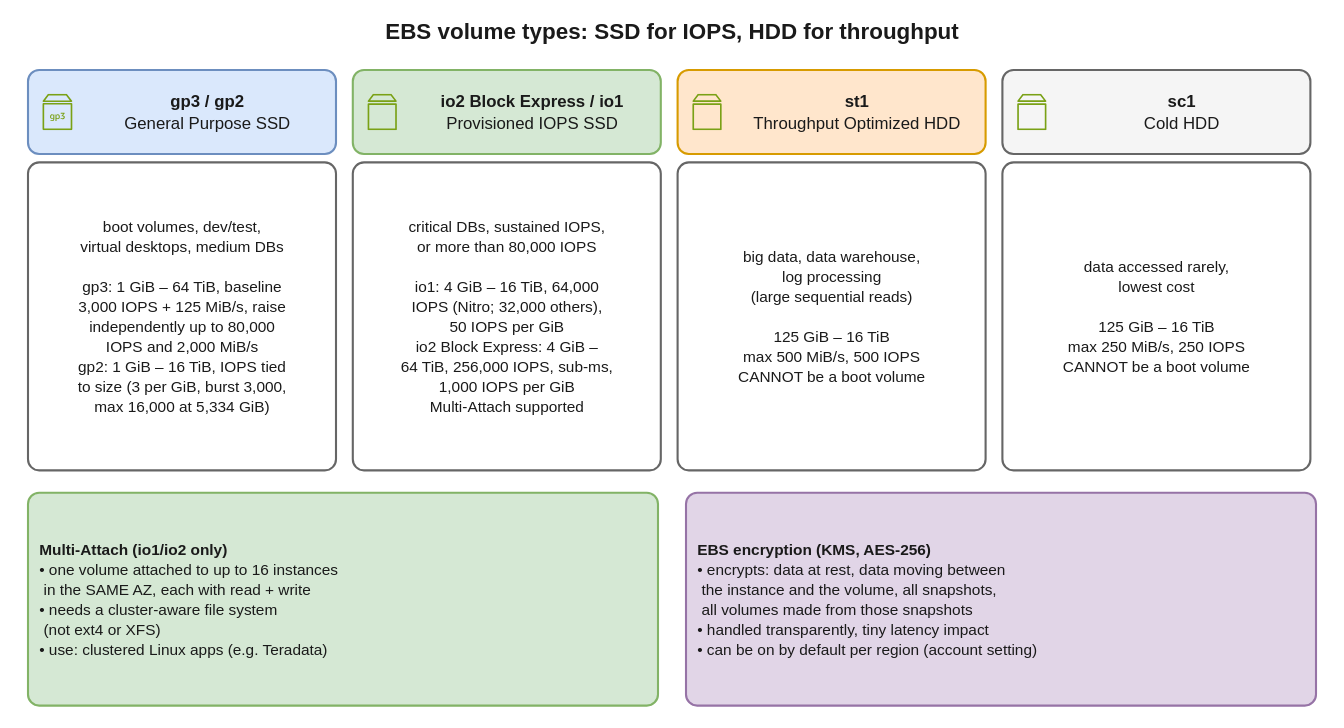
suraj9741/interview keeps this draw.io diagram as interview-prep/aws/diagrams/storage-03-ebs-volume-types.drawio.svg. Above is the earlier version. Source tidied: cells renumbered, new cells last; positions are measured from the earlier drawing's top-left corner, leaving out a move shared by most shapes. Its diagram source:
```xml
<mxGraphModel>
  <root>
    <mxCell id="0" />
    <mxCell id="1" parent="0" />
    <mxCell id="2" value="EBS volume types: SSD for IOPS, HDD for throughput" style="text;strokeColor=none;fillColor=none;whiteSpace=wrap;html=1;fontSize=16;fontColor=#1a1a1a;fontFamily=Helvetica;align=center;verticalAlign=middle;fontStyle=1;" parent="1" vertex="1">
      <mxGeometry width="960" height="28" as="geometry" />
    </mxCell>
    <mxCell id="3" value="&lt;b&gt;gp3 / gp2&lt;/b&gt;&lt;br&gt;General Purpose SSD" style="rounded=1;absoluteArcSize=1;arcSize=16;fillColor=#dae8fc;strokeColor=#6c8ebf;strokeWidth=1.5;whiteSpace=wrap;html=1;fontSize=12;fontColor=#1a1a1a;fontFamily=Helvetica;align=center;verticalAlign=middle;spacingLeft=36;" parent="1" vertex="1">
      <mxGeometry x="20" y="42" width="220" height="60" as="geometry" />
    </mxCell>
    <mxCell id="4" style="sketch=0;fontColor=#232F3E;gradientColor=none;dashed=0;verticalLabelPosition=bottom;verticalAlign=top;align=center;html=1;fontSize=12;fontStyle=0;fillColor=#7AA116;strokeColor=none;shape=mxgraph.aws4.elastic_block_store_volume_gp3;" parent="1" vertex="1">
      <mxGeometry x="28" y="59" width="26" height="26" as="geometry" />
    </mxCell>
    <mxCell id="5" value="boot volumes, dev/test,&lt;br&gt;virtual desktops, medium DBs&lt;br&gt;&lt;br&gt;gp3: 1 GiB – 64 TiB, baseline&lt;br&gt;3,000 IOPS + 125 MiB/s, raise&lt;br&gt;independently up to 80,000&lt;br&gt;IOPS and 2,000 MiB/s&lt;br&gt;gp2: 1 GiB – 16 TiB, IOPS tied&lt;br&gt;to size (3 per GiB, burst 3,000,&lt;br&gt;max 16,000 at 5,334 GiB)" style="rounded=1;absoluteArcSize=1;arcSize=16;fillColor=#ffffff;strokeColor=#666666;strokeWidth=1.5;whiteSpace=wrap;html=1;fontSize=11;fontColor=#1a1a1a;fontFamily=Helvetica;align=center;verticalAlign=middle;" parent="1" vertex="1">
      <mxGeometry x="20" y="108" width="220" height="220" as="geometry" />
    </mxCell>
    <mxCell id="6" value="&lt;b&gt;io2 Block Express / io1&lt;/b&gt;&lt;br&gt;Provisioned IOPS SSD" style="rounded=1;absoluteArcSize=1;arcSize=16;fillColor=#d5e8d4;strokeColor=#82b366;strokeWidth=1.5;whiteSpace=wrap;html=1;fontSize=12;fontColor=#1a1a1a;fontFamily=Helvetica;align=center;verticalAlign=middle;spacingLeft=36;" parent="1" vertex="1">
      <mxGeometry x="252" y="42" width="220" height="60" as="geometry" />
    </mxCell>
    <mxCell id="7" style="sketch=0;fontColor=#232F3E;gradientColor=none;dashed=0;verticalLabelPosition=bottom;verticalAlign=top;align=center;html=1;fontSize=12;fontStyle=0;fillColor=#7AA116;strokeColor=none;shape=mxgraph.aws4.volume;" parent="1" vertex="1">
      <mxGeometry x="260" y="59" width="26" height="26" as="geometry" />
    </mxCell>
    <mxCell id="8" value="critical DBs, sustained IOPS,&lt;br&gt;or more than 80,000 IOPS&lt;br&gt;&lt;br&gt;io1: 4 GiB – 16 TiB, 64,000&lt;br&gt;IOPS (Nitro; 32,000 others),&lt;br&gt;50 IOPS per GiB&lt;br&gt;io2 Block Express: 4 GiB –&lt;br&gt;64 TiB, 256,000 IOPS, sub-ms,&lt;br&gt;1,000 IOPS per GiB&lt;br&gt;Multi-Attach supported" style="rounded=1;absoluteArcSize=1;arcSize=16;fillColor=#ffffff;strokeColor=#666666;strokeWidth=1.5;whiteSpace=wrap;html=1;fontSize=11;fontColor=#1a1a1a;fontFamily=Helvetica;align=center;verticalAlign=middle;" parent="1" vertex="1">
      <mxGeometry x="252" y="108" width="220" height="220" as="geometry" />
    </mxCell>
    <mxCell id="9" value="&lt;b&gt;st1&lt;/b&gt;&lt;br&gt;Throughput Optimized HDD" style="rounded=1;absoluteArcSize=1;arcSize=16;fillColor=#ffe6cc;strokeColor=#d79b00;strokeWidth=1.5;whiteSpace=wrap;html=1;fontSize=12;fontColor=#1a1a1a;fontFamily=Helvetica;align=center;verticalAlign=middle;spacingLeft=36;" parent="1" vertex="1">
      <mxGeometry x="484" y="42" width="220" height="60" as="geometry" />
    </mxCell>
    <mxCell id="10" style="sketch=0;fontColor=#232F3E;gradientColor=none;dashed=0;verticalLabelPosition=bottom;verticalAlign=top;align=center;html=1;fontSize=12;fontStyle=0;fillColor=#7AA116;strokeColor=none;shape=mxgraph.aws4.volume;" parent="1" vertex="1">
      <mxGeometry x="492" y="59" width="26" height="26" as="geometry" />
    </mxCell>
    <mxCell id="11" value="big data, data warehouse,&lt;br&gt;log processing&lt;br&gt;(large sequential reads)&lt;br&gt;&lt;br&gt;125 GiB – 16 TiB&lt;br&gt;max 500 MiB/s, 500 IOPS&lt;br&gt;CANNOT be a boot volume" style="rounded=1;absoluteArcSize=1;arcSize=16;fillColor=#ffffff;strokeColor=#666666;strokeWidth=1.5;whiteSpace=wrap;html=1;fontSize=11;fontColor=#1a1a1a;fontFamily=Helvetica;align=center;verticalAlign=middle;" parent="1" vertex="1">
      <mxGeometry x="484" y="108" width="220" height="220" as="geometry" />
    </mxCell>
    <mxCell id="12" value="&lt;b&gt;sc1&lt;/b&gt;&lt;br&gt;Cold HDD" style="rounded=1;absoluteArcSize=1;arcSize=16;fillColor=#f5f5f5;strokeColor=#666666;strokeWidth=1.5;whiteSpace=wrap;html=1;fontSize=12;fontColor=#1a1a1a;fontFamily=Helvetica;align=center;verticalAlign=middle;spacingLeft=36;" parent="1" vertex="1">
      <mxGeometry x="716" y="42" width="220" height="60" as="geometry" />
    </mxCell>
    <mxCell id="13" style="sketch=0;fontColor=#232F3E;gradientColor=none;dashed=0;verticalLabelPosition=bottom;verticalAlign=top;align=center;html=1;fontSize=12;fontStyle=0;fillColor=#7AA116;strokeColor=none;shape=mxgraph.aws4.volume;" parent="1" vertex="1">
      <mxGeometry x="724" y="59" width="26" height="26" as="geometry" />
    </mxCell>
    <mxCell id="14" value="data accessed rarely,&lt;br&gt;lowest cost&lt;br&gt;&lt;br&gt;125 GiB – 16 TiB&lt;br&gt;max 250 MiB/s, 250 IOPS&lt;br&gt;CANNOT be a boot volume" style="rounded=1;absoluteArcSize=1;arcSize=16;fillColor=#ffffff;strokeColor=#666666;strokeWidth=1.5;whiteSpace=wrap;html=1;fontSize=11;fontColor=#1a1a1a;fontFamily=Helvetica;align=center;verticalAlign=middle;" parent="1" vertex="1">
      <mxGeometry x="716" y="108" width="220" height="220" as="geometry" />
    </mxCell>
    <mxCell id="15" value="&lt;b&gt;Multi-Attach (io1/io2 only)&lt;/b&gt;&lt;br&gt;• one volume attached to up to 16 instances&lt;br&gt;  in the SAME AZ, each with read + write&lt;br&gt;• needs a cluster-aware file system&lt;br&gt;  (not ext4 or XFS)&lt;br&gt;• use: clustered Linux apps (e.g. Teradata)" style="rounded=1;absoluteArcSize=1;arcSize=16;fillColor=#d5e8d4;strokeColor=#82b366;strokeWidth=1.5;whiteSpace=wrap;html=1;fontSize=11;fontColor=#1a1a1a;fontFamily=Helvetica;align=left;verticalAlign=middle;spacingLeft=6;" parent="1" vertex="1">
      <mxGeometry x="20" y="344" width="450" height="152" as="geometry" />
    </mxCell>
    <mxCell id="16" value="&lt;b&gt;EBS encryption (KMS, AES-256)&lt;/b&gt;&lt;br&gt;• encrypts: data at rest, data moving between&lt;br&gt;  the instance and the volume, all snapshots,&lt;br&gt;  all volumes made from those snapshots&lt;br&gt;• handled transparently, tiny latency impact&lt;br&gt;• can be on by default per region (account setting)" style="rounded=1;absoluteArcSize=1;arcSize=16;fillColor=#e1d5e7;strokeColor=#9673a6;strokeWidth=1.5;whiteSpace=wrap;html=1;fontSize=11;fontColor=#1a1a1a;fontFamily=Helvetica;align=left;verticalAlign=middle;spacingLeft=6;" parent="1" vertex="1">
      <mxGeometry x="490" y="344" width="450" height="152" as="geometry" />
    </mxCell>
  </root>
</mxGraphModel>
```
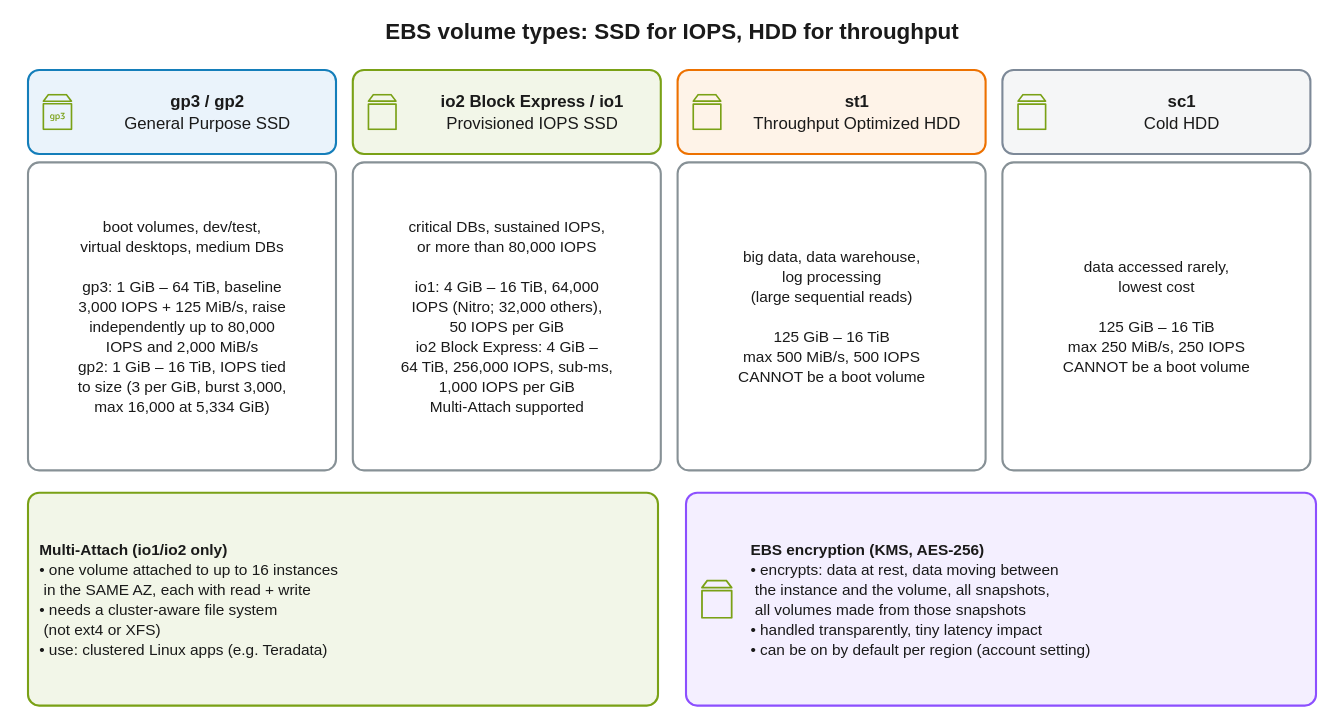
After the change.

The edit, as a diff of the source:
```diff
@@ -5,47 +5,50 @@
     <mxCell id="2" value="EBS volume types: SSD for IOPS, HDD for throughput" style="text;strokeColor=none;fillColor=none;whiteSpace=wrap;html=1;fontSize=16;fontColor=#1a1a1a;fontFamily=Helvetica;align=center;verticalAlign=middle;fontStyle=1;" parent="1" vertex="1">
       <mxGeometry width="960" height="28" as="geometry" />
     </mxCell>
-    <mxCell id="3" value="&lt;b&gt;gp3 / gp2&lt;/b&gt;&lt;br&gt;General Purpose SSD" style="rounded=1;absoluteArcSize=1;arcSize=16;fillColor=#dae8fc;strokeColor=#6c8ebf;strokeWidth=1.5;whiteSpace=wrap;html=1;fontSize=12;fontColor=#1a1a1a;fontFamily=Helvetica;align=center;verticalAlign=middle;spacingLeft=36;" parent="1" vertex="1">
+    <mxCell id="3" value="&lt;b&gt;gp3 / gp2&lt;/b&gt;&lt;br&gt;General Purpose SSD" style="rounded=1;absoluteArcSize=1;arcSize=16;fillColor=#EAF3FB;strokeColor=#147EBA;strokeWidth=1.5;whiteSpace=wrap;html=1;fontSize=12;fontColor=#1a1a1a;fontFamily=Helvetica;align=center;verticalAlign=middle;spacingLeft=36;" parent="1" vertex="1">
       <mxGeometry x="20" y="42" width="220" height="60" as="geometry" />
     </mxCell>
     <mxCell id="4" style="sketch=0;fontColor=#232F3E;gradientColor=none;dashed=0;verticalLabelPosition=bottom;verticalAlign=top;align=center;html=1;fontSize=12;fontStyle=0;fillColor=#7AA116;strokeColor=none;shape=mxgraph.aws4.elastic_block_store_volume_gp3;" parent="1" vertex="1">
       <mxGeometry x="28" y="59" width="26" height="26" as="geometry" />
     </mxCell>
-    <mxCell id="5" value="boot volumes, dev/test,&lt;br&gt;virtual desktops, medium DBs&lt;br&gt;&lt;br&gt;gp3: 1 GiB – 64 TiB, baseline&lt;br&gt;3,000 IOPS + 125 MiB/s, raise&lt;br&gt;independently up to 80,000&lt;br&gt;IOPS and 2,000 MiB/s&lt;br&gt;gp2: 1 GiB – 16 TiB, IOPS tied&lt;br&gt;to size (3 per GiB, burst 3,000,&lt;br&gt;max 16,000 at 5,334 GiB)" style="rounded=1;absoluteArcSize=1;arcSize=16;fillColor=#ffffff;strokeColor=#666666;strokeWidth=1.5;whiteSpace=wrap;html=1;fontSize=11;fontColor=#1a1a1a;fontFamily=Helvetica;align=center;verticalAlign=middle;" parent="1" vertex="1">
+    <mxCell id="5" value="boot volumes, dev/test,&lt;br&gt;virtual desktops, medium DBs&lt;br&gt;&lt;br&gt;gp3: 1 GiB – 64 TiB, baseline&lt;br&gt;3,000 IOPS + 125 MiB/s, raise&lt;br&gt;independently up to 80,000&lt;br&gt;IOPS and 2,000 MiB/s&lt;br&gt;gp2: 1 GiB – 16 TiB, IOPS tied&lt;br&gt;to size (3 per GiB, burst 3,000,&lt;br&gt;max 16,000 at 5,334 GiB)" style="rounded=1;absoluteArcSize=1;arcSize=16;fillColor=#FFFFFF;strokeColor=#879196;strokeWidth=1.5;whiteSpace=wrap;html=1;fontSize=11;fontColor=#1a1a1a;fontFamily=Helvetica;align=center;verticalAlign=middle;" parent="1" vertex="1">
       <mxGeometry x="20" y="108" width="220" height="220" as="geometry" />
     </mxCell>
-    <mxCell id="6" value="&lt;b&gt;io2 Block Express / io1&lt;/b&gt;&lt;br&gt;Provisioned IOPS SSD" style="rounded=1;absoluteArcSize=1;arcSize=16;fillColor=#d5e8d4;strokeColor=#82b366;strokeWidth=1.5;whiteSpace=wrap;html=1;fontSize=12;fontColor=#1a1a1a;fontFamily=Helvetica;align=center;verticalAlign=middle;spacingLeft=36;" parent="1" vertex="1">
+    <mxCell id="6" value="&lt;b&gt;io2 Block Express / io1&lt;/b&gt;&lt;br&gt;Provisioned IOPS SSD" style="rounded=1;absoluteArcSize=1;arcSize=16;fillColor=#F2F6E8;strokeColor=#7AA116;strokeWidth=1.5;whiteSpace=wrap;html=1;fontSize=12;fontColor=#1a1a1a;fontFamily=Helvetica;align=center;verticalAlign=middle;spacingLeft=36;" parent="1" vertex="1">
       <mxGeometry x="252" y="42" width="220" height="60" as="geometry" />
     </mxCell>
     <mxCell id="7" style="sketch=0;fontColor=#232F3E;gradientColor=none;dashed=0;verticalLabelPosition=bottom;verticalAlign=top;align=center;html=1;fontSize=12;fontStyle=0;fillColor=#7AA116;strokeColor=none;shape=mxgraph.aws4.volume;" parent="1" vertex="1">
       <mxGeometry x="260" y="59" width="26" height="26" as="geometry" />
     </mxCell>
-    <mxCell id="8" value="critical DBs, sustained IOPS,&lt;br&gt;or more than 80,000 IOPS&lt;br&gt;&lt;br&gt;io1: 4 GiB – 16 TiB, 64,000&lt;br&gt;IOPS (Nitro; 32,000 others),&lt;br&gt;50 IOPS per GiB&lt;br&gt;io2 Block Express: 4 GiB –&lt;br&gt;64 TiB, 256,000 IOPS, sub-ms,&lt;br&gt;1,000 IOPS per GiB&lt;br&gt;Multi-Attach supported" style="rounded=1;absoluteArcSize=1;arcSize=16;fillColor=#ffffff;strokeColor=#666666;strokeWidth=1.5;whiteSpace=wrap;html=1;fontSize=11;fontColor=#1a1a1a;fontFamily=Helvetica;align=center;verticalAlign=middle;" parent="1" vertex="1">
+    <mxCell id="8" value="critical DBs, sustained IOPS,&lt;br&gt;or more than 80,000 IOPS&lt;br&gt;&lt;br&gt;io1: 4 GiB – 16 TiB, 64,000&lt;br&gt;IOPS (Nitro; 32,000 others),&lt;br&gt;50 IOPS per GiB&lt;br&gt;io2 Block Express: 4 GiB –&lt;br&gt;64 TiB, 256,000 IOPS, sub-ms,&lt;br&gt;1,000 IOPS per GiB&lt;br&gt;Multi-Attach supported" style="rounded=1;absoluteArcSize=1;arcSize=16;fillColor=#FFFFFF;strokeColor=#879196;strokeWidth=1.5;whiteSpace=wrap;html=1;fontSize=11;fontColor=#1a1a1a;fontFamily=Helvetica;align=center;verticalAlign=middle;" parent="1" vertex="1">
       <mxGeometry x="252" y="108" width="220" height="220" as="geometry" />
     </mxCell>
-    <mxCell id="9" value="&lt;b&gt;st1&lt;/b&gt;&lt;br&gt;Throughput Optimized HDD" style="rounded=1;absoluteArcSize=1;arcSize=16;fillColor=#ffe6cc;strokeColor=#d79b00;strokeWidth=1.5;whiteSpace=wrap;html=1;fontSize=12;fontColor=#1a1a1a;fontFamily=Helvetica;align=center;verticalAlign=middle;spacingLeft=36;" parent="1" vertex="1">
+    <mxCell id="9" value="&lt;b&gt;st1&lt;/b&gt;&lt;br&gt;Throughput Optimized HDD" style="rounded=1;absoluteArcSize=1;arcSize=16;fillColor=#FEF3E8;strokeColor=#ED7100;strokeWidth=1.5;whiteSpace=wrap;html=1;fontSize=12;fontColor=#1a1a1a;fontFamily=Helvetica;align=center;verticalAlign=middle;spacingLeft=36;" parent="1" vertex="1">
       <mxGeometry x="484" y="42" width="220" height="60" as="geometry" />
     </mxCell>
     <mxCell id="10" style="sketch=0;fontColor=#232F3E;gradientColor=none;dashed=0;verticalLabelPosition=bottom;verticalAlign=top;align=center;html=1;fontSize=12;fontStyle=0;fillColor=#7AA116;strokeColor=none;shape=mxgraph.aws4.volume;" parent="1" vertex="1">
       <mxGeometry x="492" y="59" width="26" height="26" as="geometry" />
     </mxCell>
-    <mxCell id="11" value="big data, data warehouse,&lt;br&gt;log processing&lt;br&gt;(large sequential reads)&lt;br&gt;&lt;br&gt;125 GiB – 16 TiB&lt;br&gt;max 500 MiB/s, 500 IOPS&lt;br&gt;CANNOT be a boot volume" style="rounded=1;absoluteArcSize=1;arcSize=16;fillColor=#ffffff;strokeColor=#666666;strokeWidth=1.5;whiteSpace=wrap;html=1;fontSize=11;fontColor=#1a1a1a;fontFamily=Helvetica;align=center;verticalAlign=middle;" parent="1" vertex="1">
+    <mxCell id="11" value="big data, data warehouse,&lt;br&gt;log processing&lt;br&gt;(large sequential reads)&lt;br&gt;&lt;br&gt;125 GiB – 16 TiB&lt;br&gt;max 500 MiB/s, 500 IOPS&lt;br&gt;CANNOT be a boot volume" style="rounded=1;absoluteArcSize=1;arcSize=16;fillColor=#FFFFFF;strokeColor=#879196;strokeWidth=1.5;whiteSpace=wrap;html=1;fontSize=11;fontColor=#1a1a1a;fontFamily=Helvetica;align=center;verticalAlign=middle;" parent="1" vertex="1">
       <mxGeometry x="484" y="108" width="220" height="220" as="geometry" />
     </mxCell>
-    <mxCell id="12" value="&lt;b&gt;sc1&lt;/b&gt;&lt;br&gt;Cold HDD" style="rounded=1;absoluteArcSize=1;arcSize=16;fillColor=#f5f5f5;strokeColor=#666666;strokeWidth=1.5;whiteSpace=wrap;html=1;fontSize=12;fontColor=#1a1a1a;fontFamily=Helvetica;align=center;verticalAlign=middle;spacingLeft=36;" parent="1" vertex="1">
+    <mxCell id="12" value="&lt;b&gt;sc1&lt;/b&gt;&lt;br&gt;Cold HDD" style="rounded=1;absoluteArcSize=1;arcSize=16;fillColor=#F5F6F7;strokeColor=#7D8998;strokeWidth=1.5;whiteSpace=wrap;html=1;fontSize=12;fontColor=#1a1a1a;fontFamily=Helvetica;align=center;verticalAlign=middle;spacingLeft=36;" parent="1" vertex="1">
       <mxGeometry x="716" y="42" width="220" height="60" as="geometry" />
     </mxCell>
     <mxCell id="13" style="sketch=0;fontColor=#232F3E;gradientColor=none;dashed=0;verticalLabelPosition=bottom;verticalAlign=top;align=center;html=1;fontSize=12;fontStyle=0;fillColor=#7AA116;strokeColor=none;shape=mxgraph.aws4.volume;" parent="1" vertex="1">
       <mxGeometry x="724" y="59" width="26" height="26" as="geometry" />
     </mxCell>
-    <mxCell id="14" value="data accessed rarely,&lt;br&gt;lowest cost&lt;br&gt;&lt;br&gt;125 GiB – 16 TiB&lt;br&gt;max 250 MiB/s, 250 IOPS&lt;br&gt;CANNOT be a boot volume" style="rounded=1;absoluteArcSize=1;arcSize=16;fillColor=#ffffff;strokeColor=#666666;strokeWidth=1.5;whiteSpace=wrap;html=1;fontSize=11;fontColor=#1a1a1a;fontFamily=Helvetica;align=center;verticalAlign=middle;" parent="1" vertex="1">
+    <mxCell id="14" value="data accessed rarely,&lt;br&gt;lowest cost&lt;br&gt;&lt;br&gt;125 GiB – 16 TiB&lt;br&gt;max 250 MiB/s, 250 IOPS&lt;br&gt;CANNOT be a boot volume" style="rounded=1;absoluteArcSize=1;arcSize=16;fillColor=#FFFFFF;strokeColor=#879196;strokeWidth=1.5;whiteSpace=wrap;html=1;fontSize=11;fontColor=#1a1a1a;fontFamily=Helvetica;align=center;verticalAlign=middle;" parent="1" vertex="1">
       <mxGeometry x="716" y="108" width="220" height="220" as="geometry" />
     </mxCell>
-    <mxCell id="15" value="&lt;b&gt;Multi-Attach (io1/io2 only)&lt;/b&gt;&lt;br&gt;• one volume attached to up to 16 instances&lt;br&gt;  in the SAME AZ, each with read + write&lt;br&gt;• needs a cluster-aware file system&lt;br&gt;  (not ext4 or XFS)&lt;br&gt;• use: clustered Linux apps (e.g. Teradata)" style="rounded=1;absoluteArcSize=1;arcSize=16;fillColor=#d5e8d4;strokeColor=#82b366;strokeWidth=1.5;whiteSpace=wrap;html=1;fontSize=11;fontColor=#1a1a1a;fontFamily=Helvetica;align=left;verticalAlign=middle;spacingLeft=6;" parent="1" vertex="1">
+    <mxCell id="15" value="&lt;b&gt;Multi-Attach (io1/io2 only)&lt;/b&gt;&lt;br&gt;• one volume attached to up to 16 instances&lt;br&gt;  in the SAME AZ, each with read + write&lt;br&gt;• needs a cluster-aware file system&lt;br&gt;  (not ext4 or XFS)&lt;br&gt;• use: clustered Linux apps (e.g. Teradata)" style="rounded=1;absoluteArcSize=1;arcSize=16;fillColor=#F2F6E8;strokeColor=#7AA116;strokeWidth=1.5;whiteSpace=wrap;html=1;fontSize=11;fontColor=#1a1a1a;fontFamily=Helvetica;align=left;verticalAlign=middle;spacingLeft=6;" parent="1" vertex="1">
       <mxGeometry x="20" y="344" width="450" height="152" as="geometry" />
     </mxCell>
-    <mxCell id="16" value="&lt;b&gt;EBS encryption (KMS, AES-256)&lt;/b&gt;&lt;br&gt;• encrypts: data at rest, data moving between&lt;br&gt;  the instance and the volume, all snapshots,&lt;br&gt;  all volumes made from those snapshots&lt;br&gt;• handled transparently, tiny latency impact&lt;br&gt;• can be on by default per region (account setting)" style="rounded=1;absoluteArcSize=1;arcSize=16;fillColor=#e1d5e7;strokeColor=#9673a6;strokeWidth=1.5;whiteSpace=wrap;html=1;fontSize=11;fontColor=#1a1a1a;fontFamily=Helvetica;align=left;verticalAlign=middle;spacingLeft=6;" parent="1" vertex="1">
+    <mxCell id="16" value="&lt;b&gt;EBS encryption (KMS, AES-256)&lt;/b&gt;&lt;br&gt;• encrypts: data at rest, data moving between&lt;br&gt;  the instance and the volume, all snapshots,&lt;br&gt;  all volumes made from those snapshots&lt;br&gt;• handled transparently, tiny latency impact&lt;br&gt;• can be on by default per region (account setting)" style="rounded=1;absoluteArcSize=1;arcSize=16;fillColor=#F4EFFF;strokeColor=#8C4FFF;strokeWidth=1.5;whiteSpace=wrap;html=1;fontSize=11;fontColor=#1a1a1a;fontFamily=Helvetica;align=left;verticalAlign=middle;spacingLeft=44;" parent="1" vertex="1">
       <mxGeometry x="490" y="344" width="450" height="152" as="geometry" />
     </mxCell>
+    <mxCell id="17" style="sketch=0;fontColor=#232F3E;gradientColor=none;dashed=0;verticalLabelPosition=bottom;verticalAlign=top;align=center;html=1;fontSize=12;fontStyle=0;fillColor=#7AA116;strokeColor=none;shape=mxgraph.aws4.volume;" parent="1" vertex="1">
+      <mxGeometry x="498" y="406" width="28" height="28" as="geometry" />
+    </mxCell>
   </root>
 </mxGraphModel>
```
